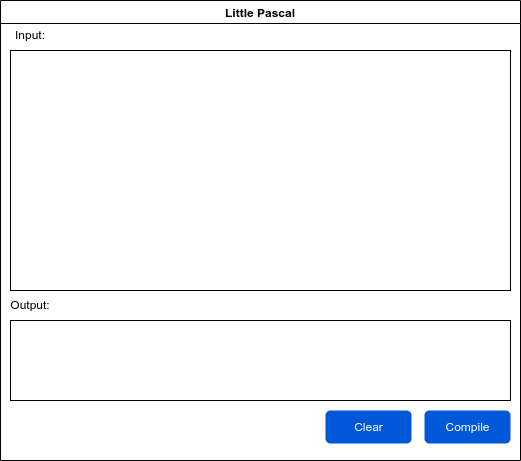
Above: Docs/LIttlePascal.drawio.png in jhonatanleao/Compilador-Pascal (draw.io), before the change. Source tidied: cells renumbered, new cells last; positions are measured from the earlier drawing's top-left corner, leaving out a move shared by most shapes.
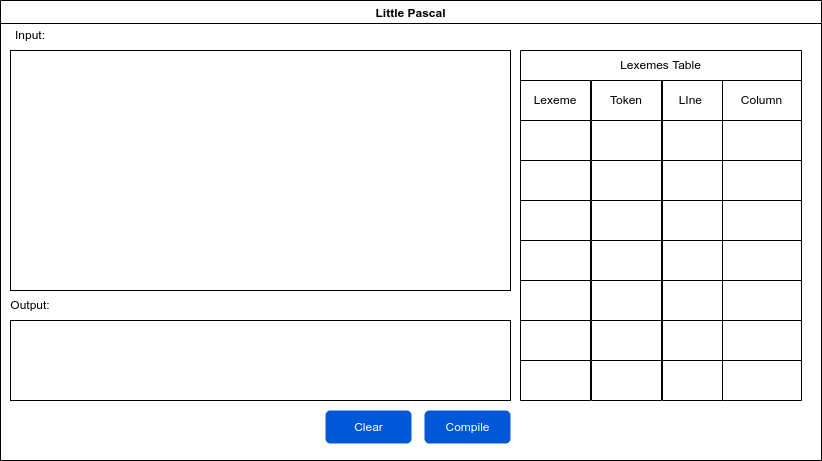
Above is the later version.

What changed in the source:
```diff
@@ -3,7 +3,7 @@
     <mxCell id="0" />
     <mxCell id="1" parent="0" />
     <mxCell id="2" value="Little Pascal" style="swimlane;" parent="1" vertex="1">
-      <mxGeometry width="520" height="460" as="geometry" />
+      <mxGeometry width="821" height="460" as="geometry" />
     </mxCell>
     <mxCell id="3" style="whiteSpace=wrap;html=1;" parent="2" vertex="1">
       <mxGeometry x="10" y="50" width="500" height="240" as="geometry" />
@@ -23,5 +23,110 @@
     <mxCell id="8" value="Input:" style="text;html=1;strokeColor=none;fillColor=none;align=center;verticalAlign=middle;whiteSpace=wrap;rounded=0;" parent="2" vertex="1">
       <mxGeometry y="20" width="60" height="30" as="geometry" />
     </mxCell>
+    <mxCell id="9" style="shape=partialRectangle;html=1;whiteSpace=wrap;fillColor=#FFFFFF;top=1;left=1;bottom=1;right=1;overflow=hidden;perimeterSpacing=0;gradientColor=none;strokeWidth=1;" parent="2" vertex="1">
+      <mxGeometry x="520" y="320" width="70" height="40" as="geometry" />
+    </mxCell>
+    <mxCell id="10" style="shape=partialRectangle;html=1;whiteSpace=wrap;fillColor=#FFFFFF;top=1;left=1;bottom=1;right=1;overflow=hidden;perimeterSpacing=0;gradientColor=none;strokeWidth=1;" parent="2" vertex="1">
+      <mxGeometry x="591" y="320" width="70" height="40" as="geometry" />
+    </mxCell>
+    <mxCell id="11" style="shape=partialRectangle;html=1;whiteSpace=wrap;fillColor=#FFFFFF;top=1;left=1;bottom=1;right=1;overflow=hidden;perimeterSpacing=0;gradientColor=none;strokeWidth=1;" parent="2" vertex="1">
+      <mxGeometry x="662" y="320" width="60" height="40" as="geometry" />
+    </mxCell>
+    <mxCell id="12" style="shape=partialRectangle;html=1;whiteSpace=wrap;fillColor=#FFFFFF;top=1;left=1;bottom=1;right=1;overflow=hidden;perimeterSpacing=0;gradientColor=none;strokeWidth=1;" parent="2" vertex="1">
+      <mxGeometry x="662" y="360" width="60" height="40" as="geometry" />
+    </mxCell>
+    <mxCell id="13" style="shape=partialRectangle;html=1;whiteSpace=wrap;fillColor=#FFFFFF;top=1;left=1;bottom=1;right=1;overflow=hidden;perimeterSpacing=0;gradientColor=none;strokeWidth=1;" parent="2" vertex="1">
+      <mxGeometry x="520" y="240" width="70" height="40" as="geometry" />
+    </mxCell>
+    <mxCell id="14" style="shape=partialRectangle;html=1;whiteSpace=wrap;fillColor=#FFFFFF;top=1;left=1;bottom=1;right=1;overflow=hidden;perimeterSpacing=0;gradientColor=none;strokeWidth=1;" parent="2" vertex="1">
+      <mxGeometry x="591" y="240" width="70" height="40" as="geometry" />
+    </mxCell>
+    <mxCell id="15" style="shape=partialRectangle;html=1;whiteSpace=wrap;fillColor=#FFFFFF;top=1;left=1;bottom=1;right=1;overflow=hidden;perimeterSpacing=0;gradientColor=none;strokeWidth=1;" parent="2" vertex="1">
+      <mxGeometry x="662" y="240" width="60" height="40" as="geometry" />
+    </mxCell>
+    <mxCell id="16" style="shape=partialRectangle;html=1;whiteSpace=wrap;fillColor=#FFFFFF;top=1;left=1;bottom=1;right=1;overflow=hidden;perimeterSpacing=0;gradientColor=none;strokeWidth=1;" parent="2" vertex="1">
+      <mxGeometry x="520" y="280" width="70" height="40" as="geometry" />
+    </mxCell>
+    <mxCell id="17" style="shape=partialRectangle;html=1;whiteSpace=wrap;fillColor=#FFFFFF;top=1;left=1;bottom=1;right=1;overflow=hidden;perimeterSpacing=0;gradientColor=none;strokeWidth=1;" parent="2" vertex="1">
+      <mxGeometry x="591" y="280" width="70" height="40" as="geometry" />
+    </mxCell>
+    <mxCell id="18" style="shape=partialRectangle;html=1;whiteSpace=wrap;fillColor=#FFFFFF;top=1;left=1;bottom=1;right=1;overflow=hidden;perimeterSpacing=0;gradientColor=none;strokeWidth=1;" parent="2" vertex="1">
+      <mxGeometry x="662" y="280" width="60" height="40" as="geometry" />
+    </mxCell>
+    <mxCell id="19" style="shape=partialRectangle;html=1;whiteSpace=wrap;fillColor=#FFFFFF;top=1;left=1;bottom=1;right=1;overflow=hidden;perimeterSpacing=0;gradientColor=none;strokeWidth=1;" parent="2" vertex="1">
+      <mxGeometry x="520" y="360" width="70" height="40" as="geometry" />
+    </mxCell>
+    <mxCell id="20" style="shape=partialRectangle;html=1;whiteSpace=wrap;fillColor=#FFFFFF;top=1;left=1;bottom=1;right=1;overflow=hidden;perimeterSpacing=0;gradientColor=none;strokeWidth=1;" parent="2" vertex="1">
+      <mxGeometry x="591" y="360" width="70" height="40" as="geometry" />
+    </mxCell>
+    <mxCell id="21" style="shape=partialRectangle;html=1;whiteSpace=wrap;fillColor=#FFFFFF;top=1;left=1;bottom=1;right=1;overflow=hidden;perimeterSpacing=0;gradientColor=none;strokeWidth=1;" parent="2" vertex="1">
+      <mxGeometry x="520" y="120" width="70" height="40" as="geometry" />
+    </mxCell>
+    <mxCell id="22" style="shape=partialRectangle;html=1;whiteSpace=wrap;fillColor=#FFFFFF;top=1;left=1;bottom=1;right=1;overflow=hidden;perimeterSpacing=0;gradientColor=none;strokeWidth=1;" parent="2" vertex="1">
+      <mxGeometry x="591" y="120" width="70" height="40" as="geometry" />
+    </mxCell>
+    <mxCell id="23" style="shape=partialRectangle;html=1;whiteSpace=wrap;fillColor=#FFFFFF;top=1;left=1;bottom=1;right=1;overflow=hidden;perimeterSpacing=0;gradientColor=none;strokeWidth=1;" parent="2" vertex="1">
+      <mxGeometry x="662" y="120" width="60" height="40" as="geometry" />
+    </mxCell>
+    <mxCell id="24" style="shape=partialRectangle;html=1;whiteSpace=wrap;fillColor=#FFFFFF;top=1;left=1;bottom=1;right=1;overflow=hidden;perimeterSpacing=0;gradientColor=none;strokeWidth=1;" parent="2" vertex="1">
+      <mxGeometry x="662" y="160" width="60" height="40" as="geometry" />
+    </mxCell>
+    <mxCell id="25" value="Lexemes Table" style="shape=partialRectangle;html=1;whiteSpace=wrap;fillColor=#FFFFFF;top=1;left=1;bottom=1;right=1;overflow=hidden;perimeterSpacing=0;gradientColor=none;strokeWidth=1;" parent="2" vertex="1">
+      <mxGeometry x="520" y="50" width="281" height="30" as="geometry" />
+    </mxCell>
+    <mxCell id="26" value="Lexeme" style="shape=partialRectangle;html=1;whiteSpace=wrap;fillColor=#FFFFFF;top=1;left=1;bottom=1;right=1;overflow=hidden;perimeterSpacing=0;gradientColor=none;strokeWidth=1;" parent="2" vertex="1">
+      <mxGeometry x="520" y="80" width="70" height="40" as="geometry" />
+    </mxCell>
+    <mxCell id="27" value="Token" style="shape=partialRectangle;html=1;whiteSpace=wrap;fillColor=#FFFFFF;top=1;left=1;bottom=1;right=1;overflow=hidden;perimeterSpacing=0;gradientColor=none;strokeWidth=1;" parent="2" vertex="1">
+      <mxGeometry x="591" y="80" width="70" height="40" as="geometry" />
+    </mxCell>
+    <mxCell id="28" value="&lt;span style=&quot;white-space: pre&quot;&gt;LIne&#9;&lt;/span&gt;" style="shape=partialRectangle;html=1;whiteSpace=wrap;fillColor=#FFFFFF;top=1;left=1;bottom=1;right=1;overflow=hidden;perimeterSpacing=0;gradientColor=none;strokeWidth=1;" parent="2" vertex="1">
+      <mxGeometry x="662" y="80" width="60" height="40" as="geometry" />
+    </mxCell>
+    <mxCell id="29" style="shape=partialRectangle;html=1;whiteSpace=wrap;fillColor=#FFFFFF;top=1;left=1;bottom=1;right=1;overflow=hidden;perimeterSpacing=0;gradientColor=none;strokeWidth=1;" parent="2" vertex="1">
+      <mxGeometry x="520" y="160" width="70" height="40" as="geometry" />
+    </mxCell>
+    <mxCell id="30" style="shape=partialRectangle;html=1;whiteSpace=wrap;fillColor=#FFFFFF;top=1;left=1;bottom=1;right=1;overflow=hidden;perimeterSpacing=0;gradientColor=none;strokeWidth=1;" parent="2" vertex="1">
+      <mxGeometry x="591" y="160" width="70" height="40" as="geometry" />
+    </mxCell>
+    <mxCell id="31" style="shape=partialRectangle;html=1;whiteSpace=wrap;fillColor=#FFFFFF;top=1;left=1;bottom=1;right=1;overflow=hidden;perimeterSpacing=0;gradientColor=none;strokeWidth=1;" parent="2" vertex="1">
+      <mxGeometry x="722" y="320" width="79" height="40" as="geometry" />
+    </mxCell>
+    <mxCell id="32" style="shape=partialRectangle;html=1;whiteSpace=wrap;fillColor=#FFFFFF;top=1;left=1;bottom=1;right=1;overflow=hidden;perimeterSpacing=0;gradientColor=none;strokeWidth=1;" parent="2" vertex="1">
+      <mxGeometry x="722" y="360" width="79" height="40" as="geometry" />
+    </mxCell>
+    <mxCell id="33" style="shape=partialRectangle;html=1;whiteSpace=wrap;fillColor=#FFFFFF;top=1;left=1;bottom=1;right=1;overflow=hidden;perimeterSpacing=0;gradientColor=none;strokeWidth=1;" parent="2" vertex="1">
+      <mxGeometry x="722" y="240" width="79" height="40" as="geometry" />
+    </mxCell>
+    <mxCell id="34" style="shape=partialRectangle;html=1;whiteSpace=wrap;fillColor=#FFFFFF;top=1;left=1;bottom=1;right=1;overflow=hidden;perimeterSpacing=0;gradientColor=none;strokeWidth=1;" parent="2" vertex="1">
+      <mxGeometry x="722" y="280" width="79" height="40" as="geometry" />
+    </mxCell>
+    <mxCell id="35" style="shape=partialRectangle;html=1;whiteSpace=wrap;fillColor=#FFFFFF;top=1;left=1;bottom=1;right=1;overflow=hidden;perimeterSpacing=0;gradientColor=none;strokeWidth=1;" parent="2" vertex="1">
+      <mxGeometry x="722" y="120" width="79" height="40" as="geometry" />
+    </mxCell>
+    <mxCell id="36" style="shape=partialRectangle;html=1;whiteSpace=wrap;fillColor=#FFFFFF;top=1;left=1;bottom=1;right=1;overflow=hidden;perimeterSpacing=0;gradientColor=none;strokeWidth=1;" parent="2" vertex="1">
+      <mxGeometry x="722" y="160" width="79" height="40" as="geometry" />
+    </mxCell>
+    <mxCell id="37" value="Column" style="shape=partialRectangle;html=1;whiteSpace=wrap;fillColor=#FFFFFF;top=1;left=1;bottom=1;right=1;overflow=hidden;perimeterSpacing=0;gradientColor=none;strokeWidth=1;" parent="2" vertex="1">
+      <mxGeometry x="722" y="80" width="79" height="40" as="geometry" />
+    </mxCell>
+    <mxCell id="38" style="shape=partialRectangle;html=1;whiteSpace=wrap;fillColor=#FFFFFF;top=1;left=1;bottom=1;right=1;overflow=hidden;perimeterSpacing=0;gradientColor=none;strokeWidth=1;" parent="2" vertex="1">
+      <mxGeometry x="722" y="200" width="79" height="40" as="geometry" />
+    </mxCell>
+    <mxCell id="39" style="shape=tableRow;horizontal=0;startSize=0;swimlaneHead=0;swimlaneBody=0;top=0;left=0;bottom=0;right=0;fillColor=none;swimlaneLine=1;strokeWidth=2;rounded=0;shadow=1;" parent="1" vertex="1">
+      <mxGeometry x="523" y="200" width="280" height="40" as="geometry" />
+    </mxCell>
+    <mxCell id="40" style="shape=tableRow;horizontal=0;startSize=0;swimlaneHead=0;swimlaneBody=0;top=0;left=0;bottom=0;right=0;fillColor=none;" parent="1" vertex="1">
+      <mxGeometry x="523" y="200" width="280" height="40" as="geometry" />
+    </mxCell>
+    <mxCell id="41" style="shape=partialRectangle;html=1;whiteSpace=wrap;fillColor=#FFFFFF;top=1;left=1;bottom=1;right=1;overflow=hidden;perimeterSpacing=0;gradientColor=none;strokeWidth=1;" parent="40" vertex="1">
+      <mxGeometry x="-3" width="70" height="40" as="geometry" />
+    </mxCell>
+    <mxCell id="42" style="shape=partialRectangle;html=1;whiteSpace=wrap;fillColor=#FFFFFF;top=1;left=1;bottom=1;right=1;overflow=hidden;perimeterSpacing=0;gradientColor=none;strokeWidth=1;" parent="40" vertex="1">
+      <mxGeometry x="68" width="70" height="40" as="geometry" />
+    </mxCell>
+    <mxCell id="43" style="shape=partialRectangle;html=1;whiteSpace=wrap;fillColor=#FFFFFF;top=1;left=1;bottom=1;right=1;overflow=hidden;perimeterSpacing=0;gradientColor=none;strokeWidth=1;" parent="40" vertex="1">
+      <mxGeometry x="139" width="60" height="40" as="geometry" />
+    </mxCell>
   </root>
 </mxGraphModel>
```
